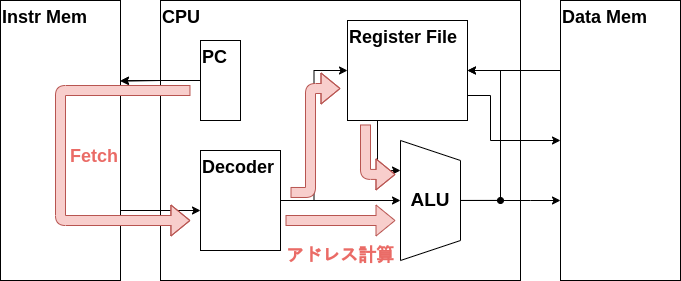
The draw.io diagram images/LetsMakeCPU/path_store_readreg.png in VLSI-JP/VLSI-JP.github.io, before a commit. Source tidied: cells renumbered, new cells last; positions are measured from the earlier drawing's top-left corner, leaving out a move shared by most shapes. Source of this version:
```xml
<mxGraphModel>
  <root>
    <mxCell id="0" />
    <mxCell id="1" parent="0" />
    <mxCell id="2" value="CPU" style="rounded=0;whiteSpace=wrap;html=1;align=left;verticalAlign=top;fontSize=18;fontStyle=1;" parent="1" vertex="1">
      <mxGeometry x="160" width="360" height="280" as="geometry" />
    </mxCell>
    <mxCell id="3" style="edgeStyle=orthogonalEdgeStyle;rounded=0;jettySize=auto;html=1;exitX=1;exitY=0.75;exitDx=0;exitDy=0;entryX=0;entryY=0.6;entryDx=0;entryDy=0;entryPerimeter=0;" parent="1" edge="1" source="4" target="18">
      <mxGeometry relative="1" as="geometry" />
    </mxCell>
    <mxCell id="4" value="Instr Mem" style="rounded=0;whiteSpace=wrap;html=1;align=left;verticalAlign=top;fontSize=18;fontStyle=1;" parent="1" vertex="1">
      <mxGeometry width="120" height="280" as="geometry" />
    </mxCell>
    <mxCell id="5" style="edgeStyle=orthogonalEdgeStyle;rounded=0;jettySize=auto;html=1;exitX=0;exitY=0.25;exitDx=0;exitDy=0;" parent="1" edge="1" source="6" target="9">
      <mxGeometry relative="1" as="geometry" />
    </mxCell>
    <mxCell id="6" value="Data Mem" style="rounded=0;whiteSpace=wrap;html=1;align=left;verticalAlign=top;fontSize=18;fontStyle=1;" parent="1" vertex="1">
      <mxGeometry x="560" width="120" height="280" as="geometry" />
    </mxCell>
    <mxCell id="7" style="edgeStyle=orthogonalEdgeStyle;rounded=0;jettySize=auto;html=1;exitX=0.25;exitY=1;exitDx=0;exitDy=0;entryX=0.25;entryY=1;entryDx=0;entryDy=0;" parent="1" edge="1" source="9" target="11">
      <mxGeometry relative="1" as="geometry" />
    </mxCell>
    <mxCell id="8" style="edgeStyle=orthogonalEdgeStyle;rounded=0;jettySize=auto;html=1;exitX=1;exitY=0.75;exitDx=0;exitDy=0;entryX=0;entryY=0.5;entryDx=0;entryDy=0;" parent="1" edge="1" source="9" target="6">
      <mxGeometry relative="1" as="geometry">
        <Array as="points">
          <mxPoint x="490" y="95" />
          <mxPoint x="490" y="140" />
        </Array>
      </mxGeometry>
    </mxCell>
    <mxCell id="9" value="Register File" style="rounded=0;whiteSpace=wrap;html=1;align=left;verticalAlign=top;fontSize=18;fontStyle=1;" parent="1" vertex="1">
      <mxGeometry x="347" y="20" width="120" height="100" as="geometry" />
    </mxCell>
    <mxCell id="10" style="group;" parent="1" vertex="1">
      <mxGeometry x="400" y="140" width="60" height="120" as="geometry" />
    </mxCell>
    <mxCell id="11" style="shape=trapezoid;perimeter=trapezoidPerimeter;whiteSpace=wrap;html=1;fixedSize=1;fontSize=18;fontStyle=1;rotation=90;" parent="10" vertex="1">
      <mxGeometry x="-30" y="30" width="120" height="60" as="geometry" />
    </mxCell>
    <mxCell id="12" style="edgeStyle=orthogonalEdgeStyle;rounded=0;jettySize=auto;html=1;exitX=1;exitY=0.5;exitDx=0;exitDy=0;endArrow=oval;endFill=1;" parent="10" edge="1" source="13">
      <mxGeometry relative="1" as="geometry">
        <mxPoint x="100" y="60" as="targetPoint" />
      </mxGeometry>
    </mxCell>
    <mxCell id="13" value="ALU" style="text;html=1;strokeColor=none;fillColor=none;align=center;verticalAlign=middle;whiteSpace=wrap;rounded=0;fontStyle=1;fontSize=19;" parent="10" vertex="1">
      <mxGeometry y="45" width="60" height="30" as="geometry" />
    </mxCell>
    <mxCell id="14" style="edgeStyle=orthogonalEdgeStyle;rounded=0;jettySize=auto;html=1;exitX=0;exitY=0.5;exitDx=0;exitDy=0;entryX=0.999;entryY=0.288;entryDx=0;entryDy=0;entryPerimeter=0;" parent="1" edge="1" source="15" target="4">
      <mxGeometry relative="1" as="geometry" />
    </mxCell>
    <mxCell id="15" value="PC" style="rounded=0;whiteSpace=wrap;html=1;align=left;verticalAlign=top;fontSize=18;fontStyle=1;" parent="1" vertex="1">
      <mxGeometry x="200" y="40" width="40" height="80" as="geometry" />
    </mxCell>
    <mxCell id="16" style="edgeStyle=orthogonalEdgeStyle;rounded=0;jettySize=auto;html=1;exitX=1;exitY=0.5;exitDx=0;exitDy=0;entryX=0;entryY=0.5;entryDx=0;entryDy=0;" parent="1" edge="1" source="18" target="13">
      <mxGeometry relative="1" as="geometry" />
    </mxCell>
    <mxCell id="17" style="edgeStyle=orthogonalEdgeStyle;rounded=0;jettySize=auto;html=1;exitX=1;exitY=0.5;exitDx=0;exitDy=0;entryX=0;entryY=0.5;entryDx=0;entryDy=0;" parent="1" edge="1" source="18" target="9">
      <mxGeometry relative="1" as="geometry" />
    </mxCell>
    <mxCell id="18" value="Decoder" style="rounded=0;whiteSpace=wrap;html=1;align=left;verticalAlign=top;fontSize=18;fontStyle=1;" parent="1" vertex="1">
      <mxGeometry x="200" y="150" width="80" height="100" as="geometry" />
    </mxCell>
    <mxCell id="19" style="edgeStyle=orthogonalEdgeStyle;rounded=0;jettySize=auto;html=1;exitX=0;exitY=0.5;exitDx=0;exitDy=0;entryX=1;entryY=0.286;entryDx=0;entryDy=0;entryPerimeter=0;" parent="1" edge="1" source="15" target="4">
      <mxGeometry relative="1" as="geometry" />
    </mxCell>
    <mxCell id="20" style="edgeStyle=orthogonalEdgeStyle;rounded=0;jettySize=auto;html=1;exitX=1;exitY=0.5;exitDx=0;exitDy=0;" parent="1" edge="1" source="13" target="6">
      <mxGeometry relative="1" as="geometry">
        <Array as="points">
          <mxPoint x="530" y="200" />
          <mxPoint x="530" y="200" />
        </Array>
      </mxGeometry>
    </mxCell>
    <mxCell id="21" style="edgeStyle=orthogonalEdgeStyle;rounded=0;jettySize=auto;html=1;exitX=1;exitY=0.5;exitDx=0;exitDy=0;entryX=1;entryY=0.5;entryDx=0;entryDy=0;" parent="1" edge="1" target="9">
      <mxGeometry relative="1" as="geometry">
        <mxPoint x="460" y="199.9" as="sourcePoint" />
        <Array as="points">
          <mxPoint x="500" y="200" />
          <mxPoint x="500" y="70" />
        </Array>
      </mxGeometry>
    </mxCell>
    <mxCell id="22" style="shape=flexArrow;endArrow=classic;html=1;rounded=1;edgeStyle=orthogonalEdgeStyle;fillColor=#f8cecc;strokeColor=#b85450;" parent="1" edge="1">
      <mxGeometry relative="1" as="geometry">
        <mxPoint x="190" y="90" as="sourcePoint" />
        <mxPoint x="189.9" y="220" as="targetPoint" />
        <Array as="points">
          <mxPoint x="60" y="90" />
          <mxPoint x="60" y="220" />
        </Array>
      </mxGeometry>
    </mxCell>
    <mxCell id="23" style="shape=flexArrow;endArrow=classic;html=1;rounded=1;fillColor=#f8cecc;strokeColor=#b85450;" parent="1" edge="1">
      <mxGeometry relative="1" as="geometry">
        <mxPoint x="285" y="220" as="sourcePoint" />
        <mxPoint x="395" y="220" as="targetPoint" />
      </mxGeometry>
    </mxCell>
    <mxCell id="24" style="shape=flexArrow;endArrow=classic;html=1;rounded=1;edgeStyle=orthogonalEdgeStyle;fillColor=#f8cecc;strokeColor=#b85450;" parent="1" edge="1">
      <mxGeometry relative="1" as="geometry">
        <mxPoint x="290" y="192" as="sourcePoint" />
        <mxPoint x="340" y="88" as="targetPoint" />
        <Array as="points">
          <mxPoint x="310" y="192" />
          <mxPoint x="310" y="88" />
        </Array>
      </mxGeometry>
    </mxCell>
    <mxCell id="25" value="Fetch" style="text;html=1;strokeColor=none;fillColor=none;align=center;verticalAlign=middle;whiteSpace=wrap;rounded=0;fontSize=18;fontStyle=1;fontColor=#EA6B66;" parent="1" vertex="1">
      <mxGeometry x="64" y="141" width="60" height="30" as="geometry" />
    </mxCell>
    <mxCell id="26" value="アドレス計算" style="text;html=1;strokeColor=none;fillColor=none;align=center;verticalAlign=middle;whiteSpace=wrap;rounded=0;fontSize=18;fontStyle=1;fontColor=#EA6B66;" parent="1" vertex="1">
      <mxGeometry x="280" y="240" width="120" height="30" as="geometry" />
    </mxCell>
    <mxCell id="27" style="shape=flexArrow;endArrow=classic;html=1;rounded=1;edgeStyle=orthogonalEdgeStyle;fillColor=#f8cecc;strokeColor=#b85450;" parent="1" edge="1">
      <mxGeometry relative="1" as="geometry">
        <mxPoint x="365" y="124" as="sourcePoint" />
        <mxPoint x="395" y="173.9" as="targetPoint" />
        <Array as="points">
          <mxPoint x="365" y="174" />
        </Array>
      </mxGeometry>
    </mxCell>
  </root>
</mxGraphModel>
```
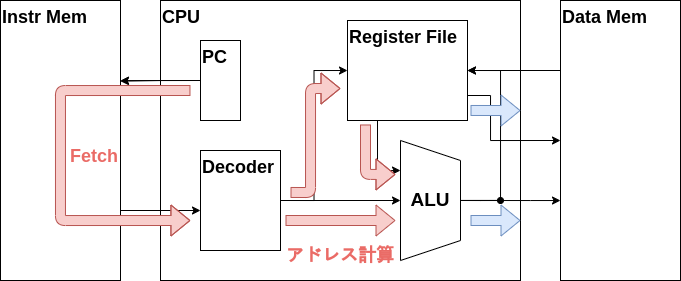
Later version of the same file.

Change to the diagram source:
```diff
@@ -96,6 +96,16 @@
         <mxPoint x="395" y="220" as="targetPoint" />
       </mxGeometry>
     </mxCell>
+    <mxCell id="28" style="shape=flexArrow;endArrow=classic;html=1;rounded=1;fillColor=#dae8fc;strokeColor=#6c8ebf;edgeStyle=orthogonalEdgeStyle;" parent="1" edge="1">
+      <mxGeometry relative="1" as="geometry">
+        <mxPoint x="470" y="110" as="sourcePoint" />
+        <mxPoint x="520" y="110" as="targetPoint" />
+        <Array as="points">
+          <mxPoint x="520" y="110" />
+          <mxPoint x="520" y="110" />
+        </Array>
+      </mxGeometry>
+    </mxCell>
     <mxCell id="24" style="shape=flexArrow;endArrow=classic;html=1;rounded=1;edgeStyle=orthogonalEdgeStyle;fillColor=#f8cecc;strokeColor=#b85450;" parent="1" edge="1">
       <mxGeometry relative="1" as="geometry">
         <mxPoint x="290" y="192" as="sourcePoint" />
@@ -112,6 +122,12 @@
     <mxCell id="26" value="アドレス計算" style="text;html=1;strokeColor=none;fillColor=none;align=center;verticalAlign=middle;whiteSpace=wrap;rounded=0;fontSize=18;fontStyle=1;fontColor=#EA6B66;" parent="1" vertex="1">
       <mxGeometry x="280" y="240" width="120" height="30" as="geometry" />
     </mxCell>
+    <mxCell id="29" style="shape=flexArrow;endArrow=classic;html=1;rounded=1;fillColor=#dae8fc;strokeColor=#6c8ebf;" parent="1" edge="1">
+      <mxGeometry relative="1" as="geometry">
+        <mxPoint x="470" y="220" as="sourcePoint" />
+        <mxPoint x="520" y="220" as="targetPoint" />
+      </mxGeometry>
+    </mxCell>
     <mxCell id="27" style="shape=flexArrow;endArrow=classic;html=1;rounded=1;edgeStyle=orthogonalEdgeStyle;fillColor=#f8cecc;strokeColor=#b85450;" parent="1" edge="1">
       <mxGeometry relative="1" as="geometry">
         <mxPoint x="365" y="124" as="sourcePoint" />
```
